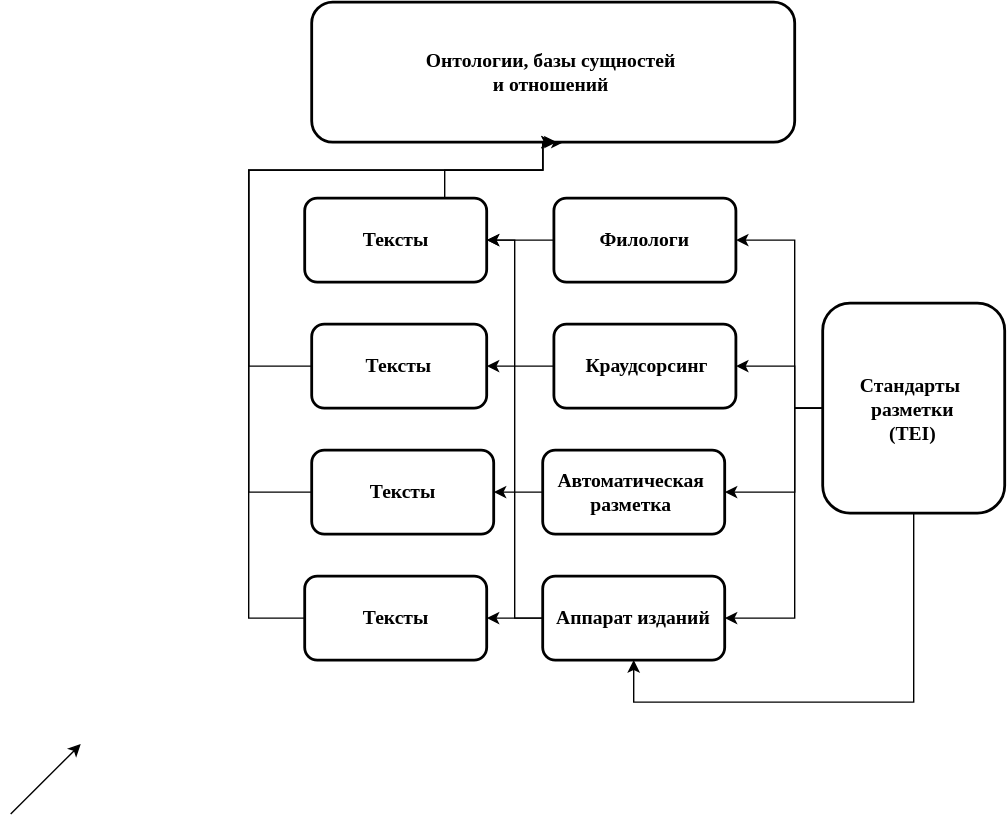
Above: Zholkovsky.svg in nevmenandr/DigitalHumanitiesMinorFeatures (draw.io), before the change. Source tidied: cells renumbered, new cells last; positions are measured from the earlier drawing's top-left corner, leaving out a move shared by most shapes.
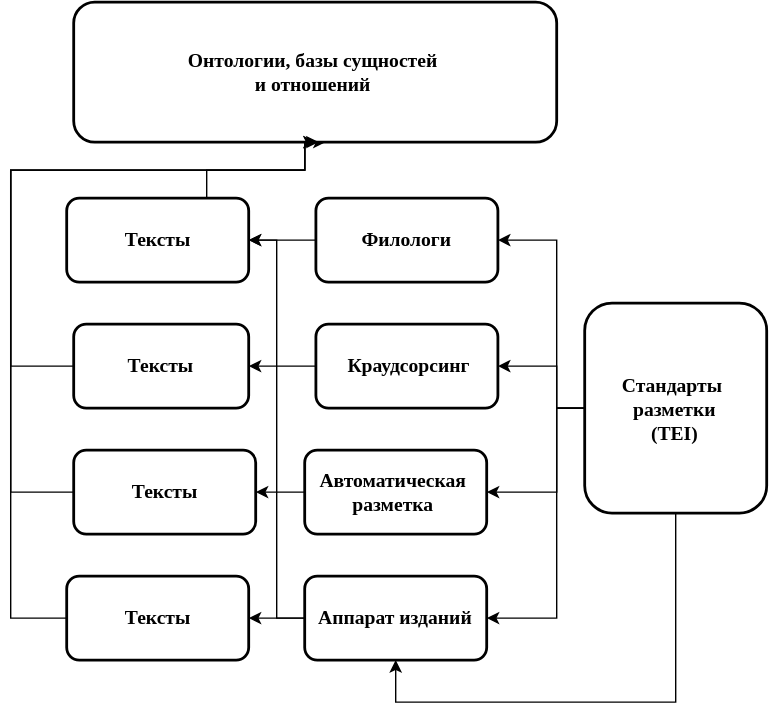
Later version of the same file.

The edit, as a diff of the source:
```diff
@@ -129,11 +129,5 @@
         </Array>
       </mxGeometry>
     </mxCell>
-    <mxCell id="26" style="endArrow=classic;html=1;" parent="1" edge="1">
-      <mxGeometry relative="1" as="geometry">
-        <mxPoint y="580" as="sourcePoint" />
-        <mxPoint x="50" y="530" as="targetPoint" />
-      </mxGeometry>
-    </mxCell>
   </root>
 </mxGraphModel>
```
